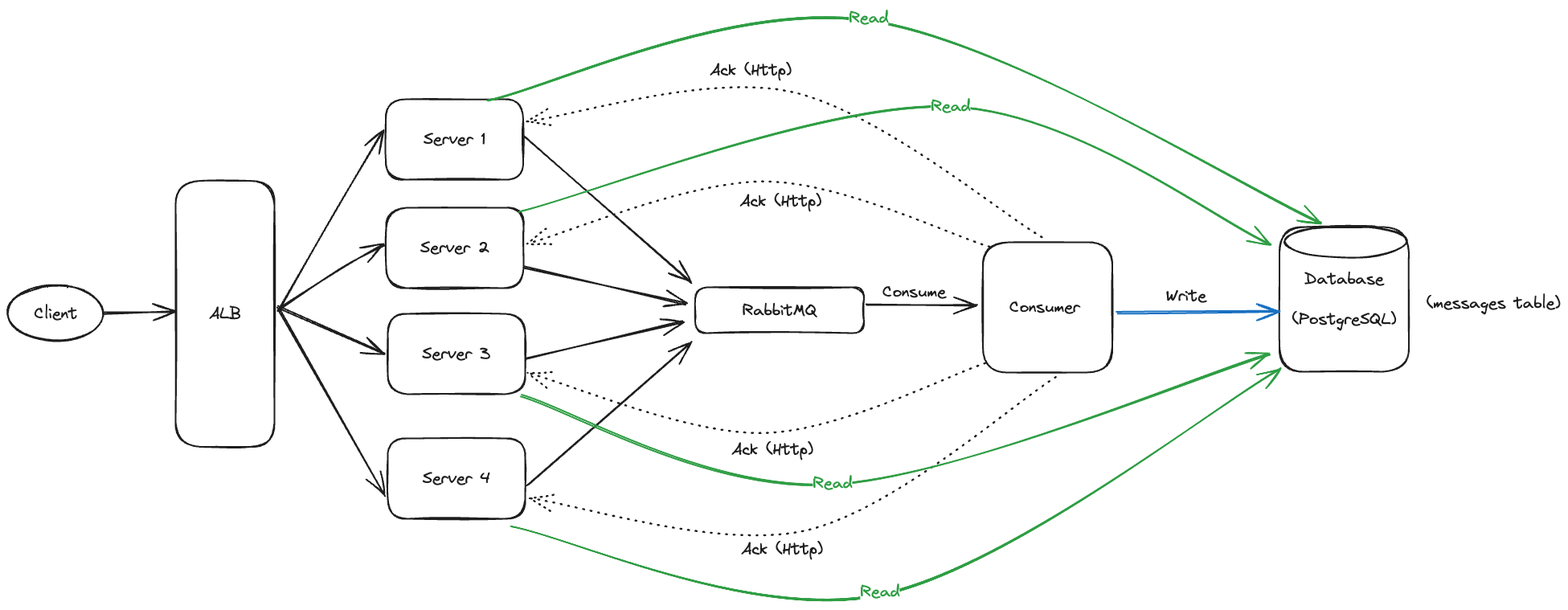
Earlier version of the Excalidraw export design/system-architecture.png (LelinZheng/group_chatflow). Source tidied: one line per element, renumbered; positions are measured from the earlier drawing's top-left corner, leaving out a move shared by most shapes.
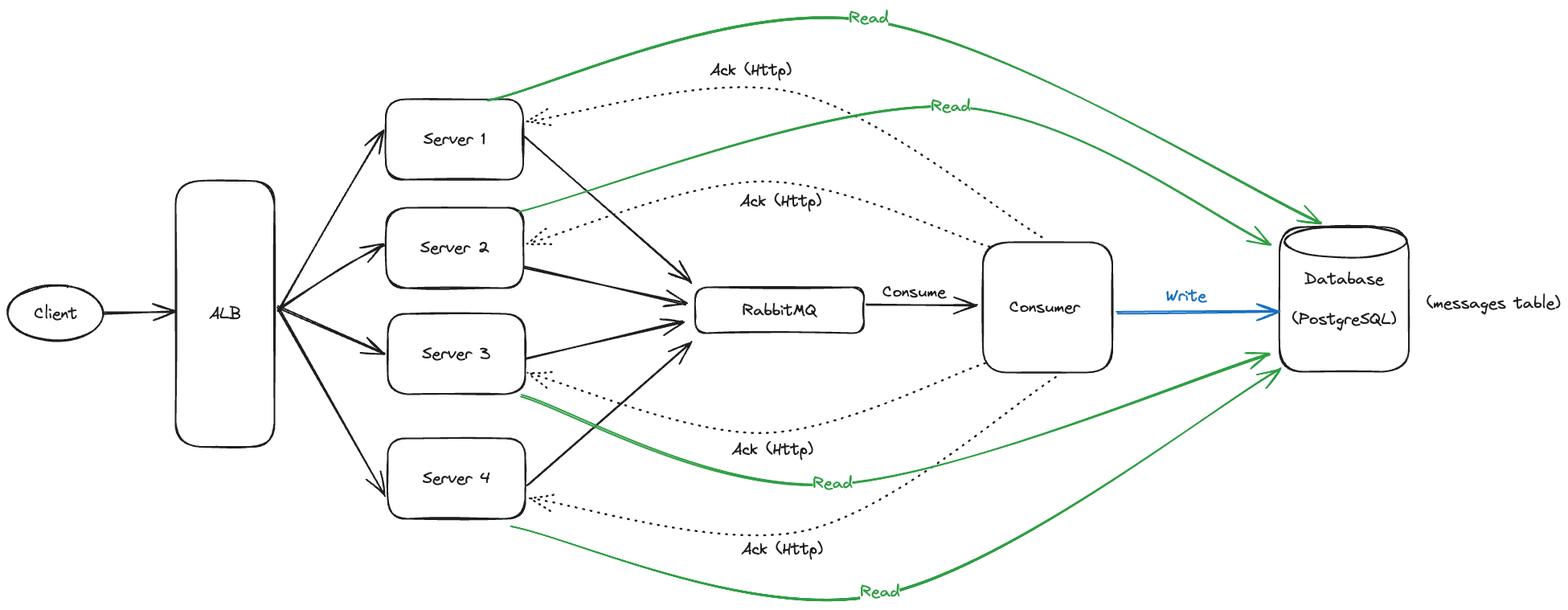
Above is the later version.

Commit message:
doc: Modified system architecture diagram

Change to the diagram source:
```diff
@@ -30,7 +30,7 @@
 {"id": 29, "type": "rectangle", "strokeColor": "#1e1e1e", "strokeWidth": 2, "roughness": 1, "round": true, "x": 1582, "y": 272, "width": 161, "height": 180}
 {"id": 30, "type": "text", "text": "Database\n\n(PostgreSQL)", "strokeColor": "#1e1e1e", "strokeWidth": 2, "roughness": 1, "fontSize": 20, "fontFamily": 1, "textAlign": "center", "verticalAlign": "middle", "inside": 29, "x": 1598, "y": 325, "width": 129, "height": 75}
 {"id": 31, "type": "arrow", "strokeColor": "#1971c2", "strokeWidth": 2, "roughness": 1, "endArrowhead": "arrow", "round": true, "from": 20, "to": 29, "x": 1380, "y": 378, "width": 202, "height": 1, "points": [[0, 0], [202, -1]]}
-{"id": 32, "type": "text", "text": "Write", "strokeColor": "#1e1e1e", "strokeWidth": 2, "roughness": 1, "fontSize": 20, "fontFamily": 1, "x": 1441, "y": 346, "width": 50, "height": 25}
+{"id": 32, "type": "text", "text": "Write", "strokeColor": "#1971c2", "strokeWidth": 2, "roughness": 1, "fontSize": 20, "fontFamily": 1, "x": 1441, "y": 346, "width": 50, "height": 25}
 {"id": 33, "type": "arrow", "strokeColor": "#2f9e44", "strokeWidth": 2, "roughness": 1, "endArrowhead": "arrow", "round": true, "from": 8, "to": 29, "x": 626, "y": 640, "width": 956, "height": 282, "points": [[0, 0], [459, 86], [956, -196]]}
 {"id": 34, "type": "text", "text": "Read", "strokeColor": "#2f9e44", "strokeWidth": 2, "roughness": 1, "fontSize": 20, "fontFamily": 1, "textAlign": "center", "verticalAlign": "middle", "inside": 33, "x": 1060, "y": 715, "width": 49, "height": 25}
 {"id": 35, "type": "arrow", "strokeColor": "#2f9e44", "strokeWidth": 2, "roughness": 1, "endArrowhead": "arrow", "round": true, "from": 6, "to": 29, "x": 638, "y": 480, "width": 932, "height": 162, "points": [[0, 0], [388, 111], [932, -51]]}
```
